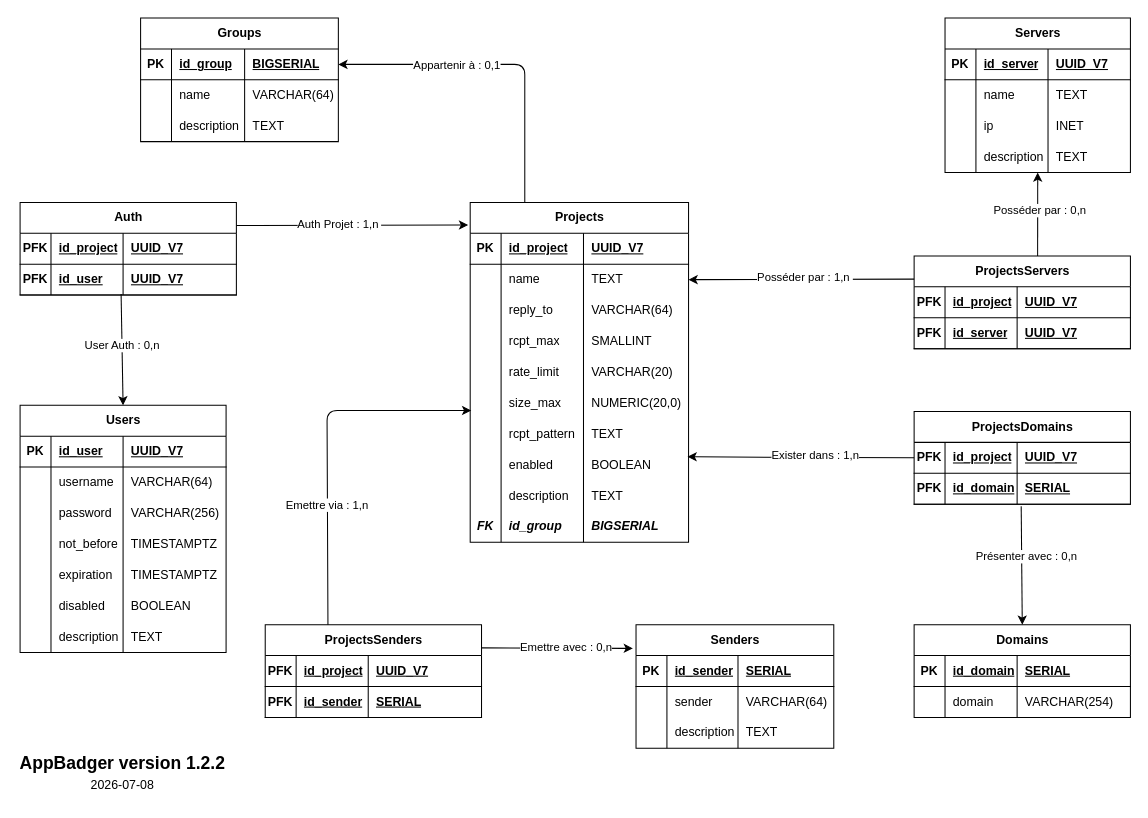
This is Doc/mpd.drawio from matyas-cyril/appmail-badger, a draw.io file, before an edit. Source tidied: cells renumbered, new cells numbered last; positions are measured from the earlier drawing's top-left corner, leaving out a move shared by most shapes. Both pictures are drawn from the tidied source at 103%, with x=0, y=0 at pixel (18, 18).
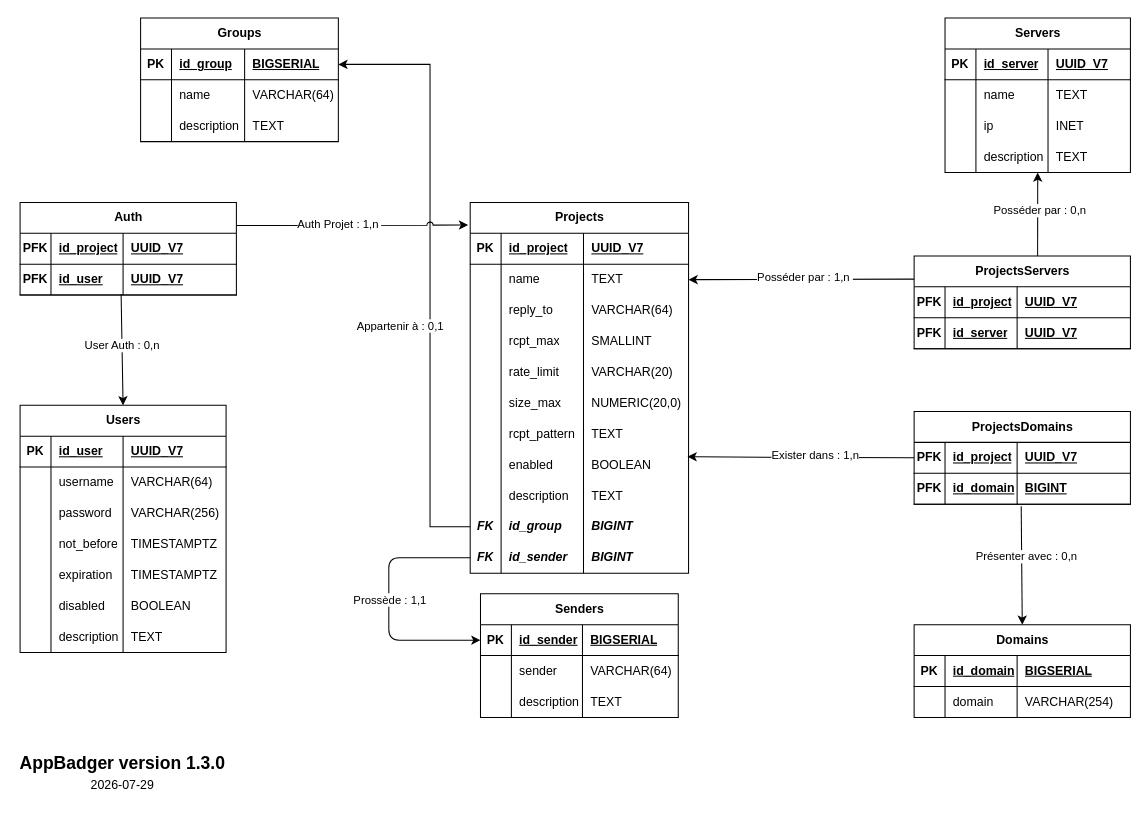
The same page after the edit.

Commit message (it also covers changes not shown here):
Prise en compte dans la nouvelle cardinalité

Unchanged cells that the change refers to:
```xml
<mxCell id="49" style="shape=tableRow;horizontal=0;startSize=0;swimlaneHead=0;swimlaneBody=0;fillColor=none;top=0;left=0;right=0;bottom=1;" parent="48" vertex="1">
  <mxGeometry y="30" width="210" height="30" as="geometry" />
</mxCell>
<mxCell id="58" style="shape=tableRow;horizontal=0;startSize=0;swimlaneHead=0;swimlaneBody=0;fillColor=none;points=[[0,0.5],[1,0.5]];portConstraint=eastwest;top=0;left=0;right=0;bottom=1;" parent="57" vertex="1">
  <mxGeometry y="30" width="192" height="30" as="geometry" />
</mxCell>
<mxCell id="71" style="shape=tableRow;horizontal=0;startSize=0;swimlaneHead=0;swimlaneBody=0;fillColor=none;points=[[0,0.5],[1,0.5]];portConstraint=eastwest;top=0;left=0;right=0;bottom=1;" parent="70" vertex="1">
  <mxGeometry y="30" width="192" height="30" as="geometry" />
</mxCell>
<mxCell id="120" style="shape=tableRow;horizontal=0;startSize=0;swimlaneHead=0;swimlaneBody=0;fillColor=none;points=[[0,0.5],[1,0.5]];portConstraint=eastwest;top=0;left=0;right=0;bottom=0;" parent="83" vertex="1">
  <mxGeometry y="300" width="212" height="30" as="geometry" />
</mxCell>
<mxCell id="126" value="Auth" style="shape=table;startSize=30;childLayout=tableLayout;rowLines=0;fontStyle=1;align=center;html=1;" parent="1" vertex="1">
  <mxGeometry x="2" y="179" width="210" height="90" as="geometry" />
</mxCell>
<mxCell id="157" style="shape=tableRow;horizontal=0;startSize=0;swimlaneHead=0;swimlaneBody=0;fillColor=none;points=[[0,0.5],[1,0.5]];portConstraint=eastwest;top=0;left=0;right=0;bottom=1;" parent="152" vertex="1">
  <mxGeometry y="60" width="210" height="30" as="geometry" />
</mxCell>
```

Change to the diagram source:
```diff
@@
-    <mxCell id="52" value="SERIAL" style="shape=partialRectangle;fillColor=none;top=0;left=0;bottom=0;right=0;align=left;spacingLeft=6;fontStyle=5;overflow=hidden;whiteSpace=wrap;html=1;" parent="49" vertex="1">
+    <mxCell id="52" value="BIGSERIAL" style="shape=partialRectangle;fillColor=none;top=0;left=0;bottom=0;right=0;align=left;spacingLeft=6;fontStyle=5;overflow=hidden;whiteSpace=wrap;html=1;" parent="49" vertex="1">
       <mxGeometry x="100" width="110" height="30" as="geometry" />
     </mxCell>
@@
     <mxCell id="57" value="Senders" style="shape=table;startSize=30;childLayout=tableLayout;rowLines=0;fontStyle=1;align=center;html=1;" parent="1" vertex="1">
-      <mxGeometry x="600" y="589" width="192" height="120" as="geometry" />
+      <mxGeometry x="449" y="559" width="192" height="120" as="geometry" />
     </mxCell>
@@
-    <mxCell id="61" value="SERIAL" style="shape=partialRectangle;fillColor=none;top=0;left=0;bottom=0;right=0;align=left;spacingLeft=6;fontStyle=5;overflow=hidden;whiteSpace=wrap;html=1;" parent="58" vertex="1">
+    <mxCell id="61" value="BIGSERIAL" style="shape=partialRectangle;fillColor=none;top=0;left=0;bottom=0;right=0;align=left;spacingLeft=6;fontStyle=5;overflow=hidden;whiteSpace=wrap;html=1;" parent="58" vertex="1">
       <mxGeometry x="99" width="93" height="30" as="geometry" />
     </mxCell>
@@
     <mxCell id="83" value="Projects" style="shape=table;startSize=30;childLayout=tableLayout;rowLines=0;fontStyle=1;align=center;html=1;" parent="1" vertex="1">
-      <mxGeometry x="439" y="179" width="212" height="330" as="geometry" />
+      <mxGeometry x="439" y="179" width="212" height="360" as="geometry" />
     </mxCell>
@@
-    <mxCell id="123" value="&lt;b&gt;&lt;i&gt;BIGSERIAL&lt;/i&gt;&lt;/b&gt;" style="shape=partialRectangle;fillColor=none;top=0;left=0;bottom=0;right=0;align=left;spacingLeft=6;overflow=hidden;whiteSpace=wrap;html=1;" parent="120" vertex="1">
+    <mxCell id="123" value="&lt;b&gt;&lt;i&gt;BIGINT&lt;/i&gt;&lt;/b&gt;" style="shape=partialRectangle;fillColor=none;top=0;left=0;bottom=0;right=0;align=left;spacingLeft=6;overflow=hidden;whiteSpace=wrap;html=1;" parent="120" vertex="1">
       <mxGeometry x="110" width="102" height="30" as="geometry" />
     </mxCell>
+    <mxCell id="179" style="shape=tableRow;horizontal=0;startSize=0;swimlaneHead=0;swimlaneBody=0;fillColor=none;points=[[0,0.5],[1,0.5]];portConstraint=eastwest;top=0;left=0;right=0;bottom=0;" parent="83" vertex="1">
+      <mxGeometry y="330" width="212" height="30" as="geometry" />
+    </mxCell>
+    <mxCell id="180" value="&lt;i&gt;&lt;b&gt;FK&lt;/b&gt;&lt;/i&gt;" style="shape=partialRectangle;fillColor=none;top=0;left=0;bottom=0;right=0;overflow=hidden;whiteSpace=wrap;html=1;" parent="179" vertex="1">
+      <mxGeometry width="30" height="30" as="geometry" />
+    </mxCell>
+    <mxCell id="172" value="&lt;b&gt;&lt;i&gt;id_sender&lt;/i&gt;&lt;/b&gt;&amp;nbsp;" style="shape=partialRectangle;fillColor=none;top=0;left=0;bottom=0;right=0;align=left;spacingLeft=6;overflow=hidden;whiteSpace=wrap;html=1;" parent="179" vertex="1">
+      <mxGeometry x="30" width="80" height="30" as="geometry" />
+    </mxCell>
+    <mxCell id="181" value="&lt;b&gt;&lt;i&gt;BIGINT&lt;/i&gt;&lt;/b&gt;" style="shape=partialRectangle;fillColor=none;top=0;left=0;bottom=0;right=0;align=left;spacingLeft=6;overflow=hidden;whiteSpace=wrap;html=1;" parent="179" vertex="1">
+      <mxGeometry x="110" width="102" height="30" as="geometry" />
+    </mxCell>
-    <mxCell id="124" style="endArrow=classic;html=1;rounded=1;entryX=1;entryY=0.5;entryDx=0;entryDy=0;exitX=0.25;exitY=0;exitDx=0;exitDy=0;curved=0;" parent="1" edge="1" source="83" target="71">
+    <mxCell id="124" style="endArrow=classic;html=1;rounded=0;entryX=1;entryY=0.5;entryDx=0;entryDy=0;curved=0;exitX=0;exitY=0.5;exitDx=0;exitDy=0;jumpStyle=arc;jumpSize=10;" parent="1" edge="1" source="120" target="71">
       <mxGeometry relative="1" as="geometry">
         <Array as="points">
-          <mxPoint x="492" y="45" />
+          <mxPoint x="400" y="494" />
+          <mxPoint x="400" y="45" />
         </Array>
       </mxGeometry>
     </mxCell>
     <mxCell id="125" value="Appartenir à : 0,1" style="edgeLabel;html=1;align=center;verticalAlign=middle;" parent="124" vertex="1">
       <mxGeometry x="0.16" y="2" relative="1" as="geometry">
-        <mxPoint x="-18" y="-2" as="offset" />
+        <mxPoint x="-28" y="100" as="offset" />
       </mxGeometry>
     </mxCell>
@@
-    <mxCell id="135" style="endArrow=classic;html=1;rounded=0;exitX=1;exitY=0.25;exitDx=0;exitDy=0;" parent="1" edge="1" source="126">
+    <mxCell id="135" style="endArrow=classic;html=1;rounded=0;exitX=1;exitY=0.25;exitDx=0;exitDy=0;jumpStyle=arc;" parent="1" edge="1" source="126">
       <mxGeometry relative="1" as="geometry">
         <mxPoint x="437" y="201" as="targetPoint" />
       </mxGeometry>
     </mxCell>
@@
-    <mxCell id="160" value="SERIAL" style="shape=partialRectangle;fillColor=none;top=0;left=0;bottom=0;right=0;align=left;spacingLeft=6;fontStyle=5;overflow=hidden;whiteSpace=wrap;html=1;" parent="157" vertex="1">
+    <mxCell id="160" value="BIGINT" style="shape=partialRectangle;fillColor=none;top=0;left=0;bottom=0;right=0;align=left;spacingLeft=6;fontStyle=5;overflow=hidden;whiteSpace=wrap;html=1;" parent="157" vertex="1">
       <mxGeometry x="100" width="110" height="30" as="geometry" />
     </mxCell>
@@
-    <mxCell id="165" value="ProjectsSenders" style="shape=table;startSize=30;childLayout=tableLayout;rowLines=0;fontStyle=1;align=center;html=1;" parent="1" vertex="1">
-      <mxGeometry x="240" y="589" width="210" height="90" as="geometry" />
-    </mxCell>
-    <mxCell id="166" style="shape=tableRow;horizontal=0;startSize=0;swimlaneHead=0;swimlaneBody=0;fillColor=none;top=0;left=0;right=0;bottom=1;" parent="165" vertex="1">
-      <mxGeometry y="30" width="210" height="30" as="geometry" />
-    </mxCell>
-    <mxCell id="167" value="PFK" style="shape=partialRectangle;fillColor=none;top=0;left=0;bottom=0;right=0;fontStyle=1;overflow=hidden;whiteSpace=wrap;html=1;" parent="166" vertex="1">
-      <mxGeometry width="30" height="30" as="geometry" />
-    </mxCell>
-    <mxCell id="168" value="id_project" style="shape=partialRectangle;fillColor=none;top=0;left=0;bottom=0;right=0;align=left;spacingLeft=6;fontStyle=5;overflow=hidden;whiteSpace=wrap;html=1;" parent="166" vertex="1">
-      <mxGeometry x="30" width="70" height="30" as="geometry" />
-    </mxCell>
-    <mxCell id="169" value="UUID_V7" style="shape=partialRectangle;fillColor=none;top=0;left=0;bottom=0;right=0;align=left;spacingLeft=6;fontStyle=5;overflow=hidden;whiteSpace=wrap;html=1;" parent="166" vertex="1">
-      <mxGeometry x="100" width="110" height="30" as="geometry" />
-    </mxCell>
-    <mxCell id="170" style="shape=tableRow;horizontal=0;startSize=0;swimlaneHead=0;swimlaneBody=0;fillColor=none;top=0;left=0;right=0;bottom=1;" parent="165" vertex="1">
-      <mxGeometry y="60" width="210" height="30" as="geometry" />
-    </mxCell>
-    <mxCell id="171" value="PFK" style="shape=partialRectangle;fillColor=none;top=0;left=0;bottom=0;right=0;fontStyle=1;overflow=hidden;whiteSpace=wrap;html=1;" parent="170" vertex="1">
-      <mxGeometry width="30" height="30" as="geometry" />
-    </mxCell>
-    <mxCell id="172" value="id_sender" style="shape=partialRectangle;fillColor=none;top=0;left=0;bottom=0;right=0;align=left;spacingLeft=6;fontStyle=5;overflow=hidden;whiteSpace=wrap;html=1;" parent="170" vertex="1">
-      <mxGeometry x="30" width="70" height="30" as="geometry" />
-    </mxCell>
-    <mxCell id="173" value="SERIAL" style="shape=partialRectangle;fillColor=none;top=0;left=0;bottom=0;right=0;align=left;spacingLeft=6;fontStyle=5;overflow=hidden;whiteSpace=wrap;html=1;" parent="170" vertex="1">
-      <mxGeometry x="100" width="110" height="30" as="geometry" />
-    </mxCell>
-    <mxCell id="174" style="endArrow=classic;html=1;rounded=0;exitX=1;exitY=0.25;exitDx=0;exitDy=0;" parent="1" edge="1" source="165">
-      <mxGeometry relative="1" as="geometry">
-        <mxPoint x="597" y="612" as="targetPoint" />
-      </mxGeometry>
-    </mxCell>
-    <mxCell id="175" value="Emettre avec : 0,n" style="edgeLabel;html=1;align=center;verticalAlign=middle;" parent="174" vertex="1">
-      <mxGeometry x="0.1" y="1" relative="1" as="geometry" />
-    </mxCell>
-    <mxCell id="176" style="endArrow=classic;html=1;rounded=1;exitX=0.29;exitY=0;exitDx=0;exitDy=0;curved=0;exitPerimeter=0;" parent="1" edge="1" source="165">
-      <mxGeometry relative="1" as="geometry">
-        <mxPoint x="440" y="381" as="targetPoint" />
-        <Array as="points">
-          <mxPoint x="300" y="381" />
-        </Array>
-      </mxGeometry>
-    </mxCell>
-    <mxCell id="177" value="Emettre via : 1,n" style="edgeLabel;html=1;align=center;verticalAlign=middle;" parent="176" vertex="1">
-      <mxGeometry x="0.49" y="1" relative="1" as="geometry">
-        <mxPoint x="-51" y="92" as="offset" />
-      </mxGeometry>
-    </mxCell>
-    <mxCell id="178" value="&lt;div style=&quot;line-height: 80%;&quot;&gt;&lt;div align=&quot;left&quot;&gt;&lt;b&gt;&lt;font style=&quot;font-size: 17px; line-height: 80%;&quot;&gt;AppBadger version 1.2.2&lt;/font&gt;&lt;/b&gt;&lt;/div&gt;&lt;div&gt;&lt;br&gt;&lt;/div&gt;&lt;div align=&quot;center&quot;&gt;2026-07-08&lt;/div&gt;&lt;/div&gt;" style="text;html=1;whiteSpace=wrap;strokeColor=none;fillColor=none;align=left;verticalAlign=middle;rounded=0;" parent="1" vertex="1">
+    <mxCell id="178" value="&lt;div style=&quot;line-height: 80%;&quot;&gt;&lt;div align=&quot;left&quot;&gt;&lt;b&gt;&lt;font style=&quot;font-size: 17px; line-height: 80%;&quot;&gt;AppBadger version 1.3.0&lt;/font&gt;&lt;/b&gt;&lt;/div&gt;&lt;div&gt;&lt;br&gt;&lt;/div&gt;&lt;div align=&quot;center&quot;&gt;2026-07-29&lt;/div&gt;&lt;/div&gt;" style="text;html=1;whiteSpace=wrap;strokeColor=none;fillColor=none;align=left;verticalAlign=middle;rounded=0;" parent="1" vertex="1">
       <mxGeometry y="709" width="210" height="50" as="geometry" />
     </mxCell>
+    <mxCell id="182" style="endArrow=classic;html=1;rounded=1;entryX=0;entryY=0.5;entryDx=0;entryDy=0;exitX=0;exitY=0.5;exitDx=0;exitDy=0;curved=0;" parent="1" edge="1" source="179" target="58">
+      <mxGeometry relative="1" as="geometry">
+        <Array as="points">
+          <mxPoint x="360" y="524" />
+          <mxPoint x="360" y="604" />
+        </Array>
+      </mxGeometry>
+    </mxCell>
+    <mxCell id="183" value="Prossède : 1,1" style="edgeLabel;html=1;align=center;verticalAlign=middle;" parent="182" vertex="1">
+      <mxGeometry x="-0.12" y="-2" relative="1" as="geometry">
+        <mxPoint x="2" y="10" as="offset" />
+      </mxGeometry>
+    </mxCell>
```
